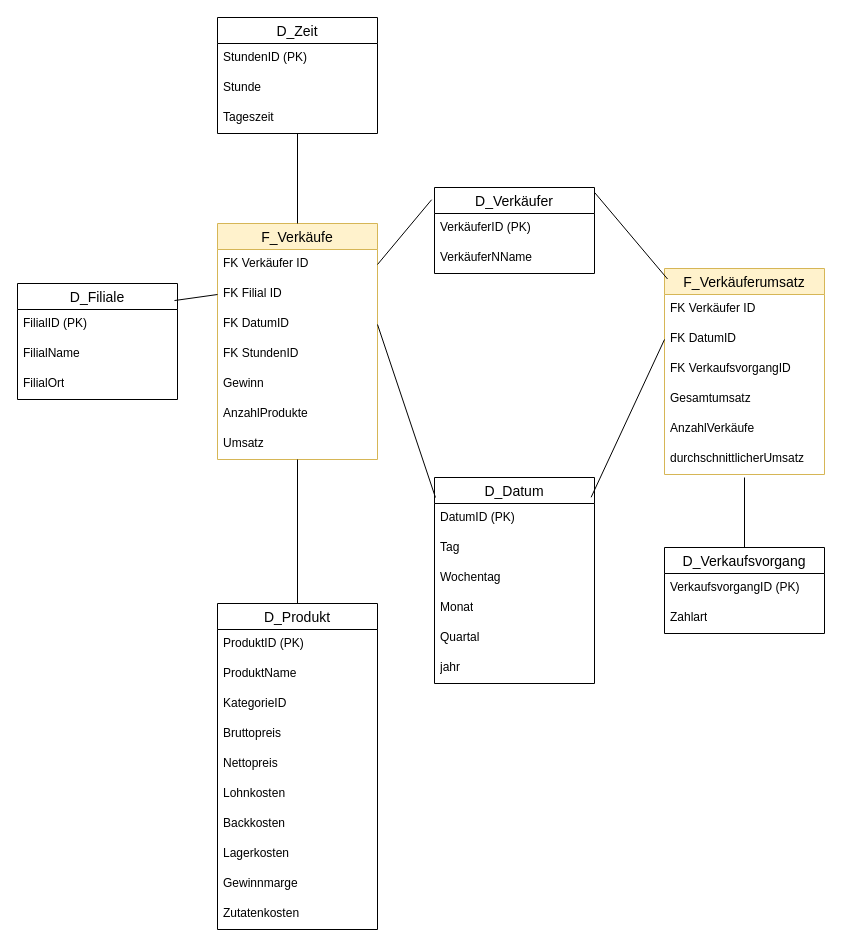
Thoerchen/BackZeit keeps this draw.io diagram as Galaxyschema_BrotZeit.drawio. Above is the earlier version. Source tidied: cells renumbered, new cells numbered last; positions are measured from the earlier drawing's top-left corner, leaving out a move shared by most shapes. Both pictures are drawn from the tidied source at 100%, with x=0, y=0 at pixel (17, 17).
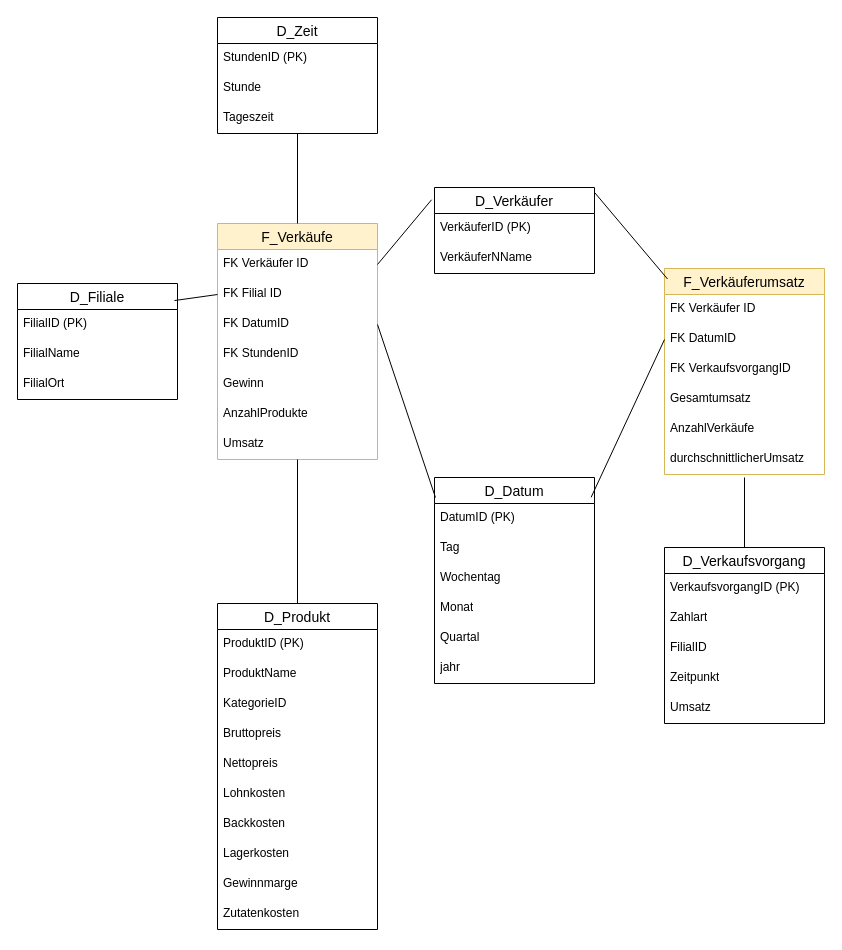
The same diagram, later.

Change to the diagram source:
```diff
@@
     <mxCell id="43" value="D_Verkaufsvorgang" style="swimlane;fontStyle=0;horizontal=1;startSize=26;align=center;fontSize=14;" parent="1" vertex="1">
-      <mxGeometry x="647" y="530" width="160" height="86" as="geometry" />
+      <mxGeometry x="647" y="530" width="160" height="176" as="geometry" />
     </mxCell>
@@
+    <mxCell id="57" value="FilialID" style="text;strokeColor=none;fillColor=none;spacingLeft=4;spacingRight=4;overflow=hidden;fontSize=12;whiteSpace=wrap;html=1;" parent="43" vertex="1">
+      <mxGeometry y="86" width="160" height="30" as="geometry" />
+    </mxCell>
+    <mxCell id="58" value="Zeitpunkt" style="text;strokeColor=none;fillColor=none;spacingLeft=4;spacingRight=4;overflow=hidden;fontSize=12;whiteSpace=wrap;html=1;" parent="43" vertex="1">
+      <mxGeometry y="116" width="160" height="30" as="geometry" />
+    </mxCell>
+    <mxCell id="59" value="Umsatz" style="text;strokeColor=none;fillColor=none;spacingLeft=4;spacingRight=4;overflow=hidden;fontSize=12;whiteSpace=wrap;html=1;" parent="43" vertex="1">
+      <mxGeometry y="146" width="160" height="30" as="geometry" />
+    </mxCell>
```
